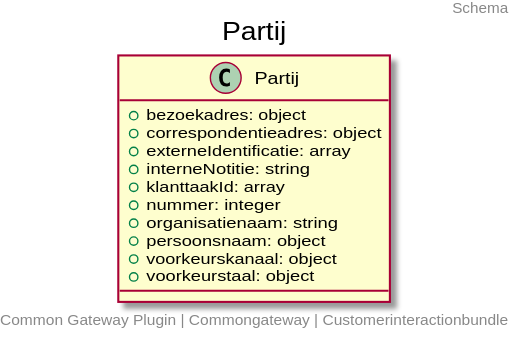
Before: docs/schema/klant.partij.svg, a diagram exported from PlantUML (CommonGateway/CustomerInteractionBundle).
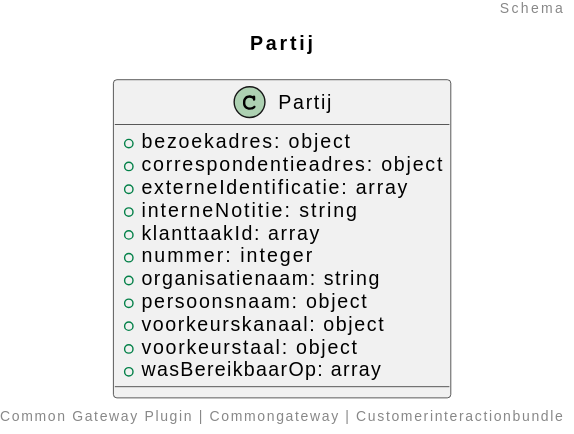
After the change.

Diff of the diagram source:
```diff
@@ -14,5 +14,6 @@
   + persoonsnaam: object
   + voorkeurskanaal: object
   + voorkeurstaal: object
+  + wasBereikbaarOp: array
 }
 @enduml
```
